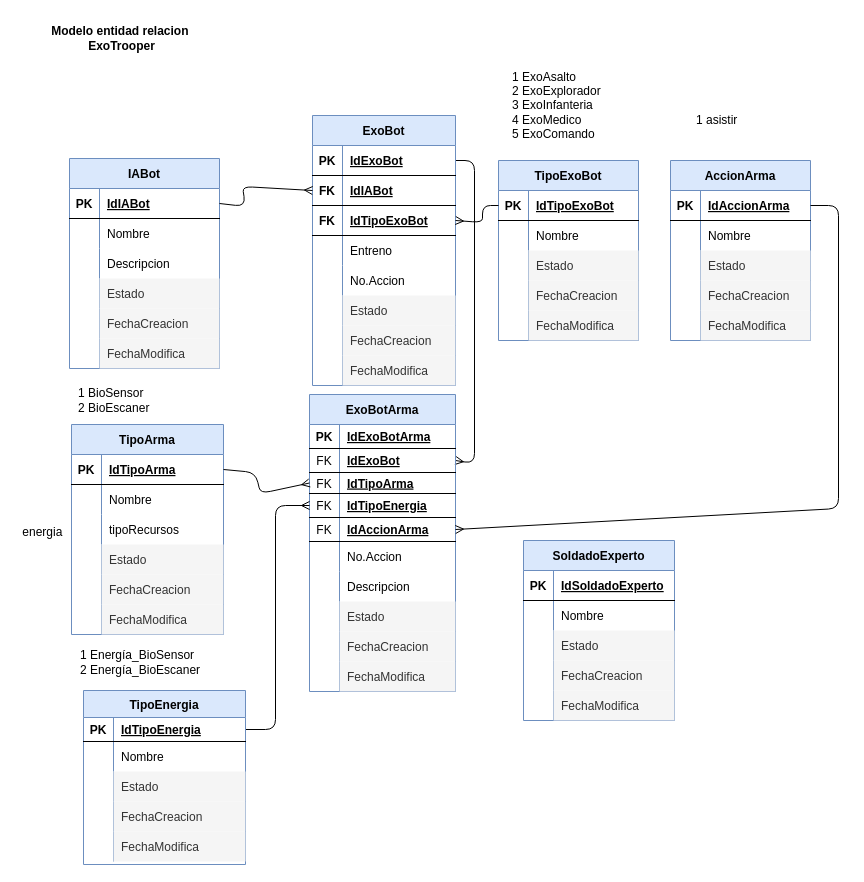
emilioalbansq/AlbanEmilioExF keeps this draw.io diagram as aeExoTrooper/Design/02aeDiagramaMER.drawio. Above is the earlier version. Source tidied: cells renumbered, new cells numbered last; positions are measured from the earlier drawing's top-left corner, leaving out a move shared by most shapes. Both pictures are drawn from the tidied source at 100%, with x=0, y=0 at pixel (17, 17).
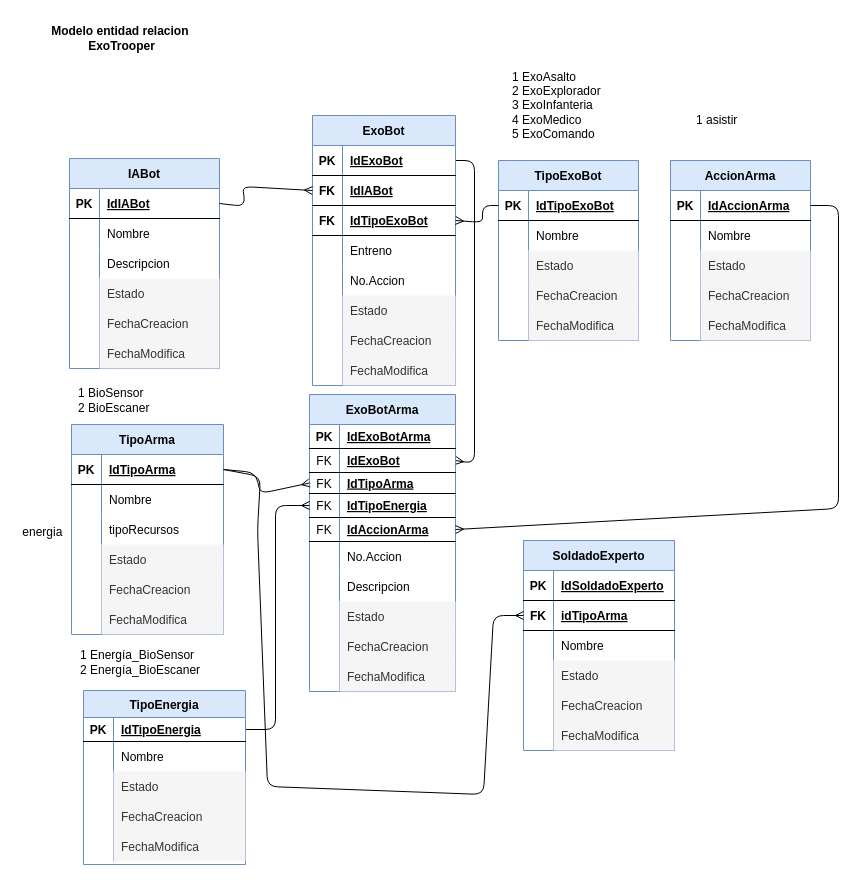
Above is the later version.

Unchanged cells that the change refers to:
```xml
<mxCell id="116" style="shape=tableRow;horizontal=0;startSize=0;swimlaneHead=0;swimlaneBody=0;fillColor=none;points=[[0,0.5],[1,0.5]];portConstraint=eastwest;top=0;left=0;right=0;bottom=1;" parent="115" vertex="1">
  <mxGeometry y="30" width="152" height="30" as="geometry" />
</mxCell>
```

What changed in the source:
```diff
@@
     <mxCell id="135" value="SoldadoExperto" style="shape=table;startSize=30;childLayout=tableLayout;rowLines=0;fontStyle=1;align=center;fillColor=#dae8fc;strokeColor=#6c8ebf;" parent="1" vertex="1">
-      <mxGeometry x="506" y="523" width="151" height="180" as="geometry" />
+      <mxGeometry x="506" y="523" width="151" height="210" as="geometry" />
     </mxCell>
@@
+    <mxCell id="172" style="shape=tableRow;horizontal=0;startSize=0;swimlaneHead=0;swimlaneBody=0;fillColor=none;points=[[0,0.5],[1,0.5]];portConstraint=eastwest;top=0;left=0;right=0;bottom=1;" parent="135" vertex="1">
+      <mxGeometry y="60" width="151" height="30" as="geometry" />
+    </mxCell>
+    <mxCell id="173" value="FK" style="shape=partialRectangle;fillColor=none;top=0;left=0;bottom=0;right=0;fontStyle=1;overflow=hidden;" parent="172" vertex="1">
+      <mxGeometry width="30" height="30" as="geometry" />
+    </mxCell>
+    <mxCell id="174" value="idTipoArma" style="shape=partialRectangle;fillColor=none;top=0;left=0;bottom=0;right=0;align=left;spacingLeft=6;fontStyle=5;overflow=hidden;" parent="172" vertex="1">
+      <mxGeometry x="30" width="121" height="30" as="geometry" />
+    </mxCell>
     <mxCell id="139" style="shape=tableRow;horizontal=0;startSize=0;swimlaneHead=0;swimlaneBody=0;fillColor=none;top=0;left=0;right=0;bottom=0;" parent="135" vertex="1">
-      <mxGeometry y="60" width="151" height="30" as="geometry" />
+      <mxGeometry y="90" width="151" height="30" as="geometry" />
     </mxCell>
@@
     <mxCell id="142" style="shape=tableRow;horizontal=0;startSize=0;swimlaneHead=0;swimlaneBody=0;fillColor=none;top=0;left=0;right=0;bottom=0;" parent="135" vertex="1">
-      <mxGeometry y="90" width="151" height="30" as="geometry" />
+      <mxGeometry y="120" width="151" height="30" as="geometry" />
     </mxCell>
@@
     <mxCell id="145" style="shape=tableRow;horizontal=0;startSize=0;swimlaneHead=0;swimlaneBody=0;fillColor=none;top=0;left=0;right=0;bottom=0;" parent="135" vertex="1">
-      <mxGeometry y="120" width="151" height="30" as="geometry" />
+      <mxGeometry y="150" width="151" height="30" as="geometry" />
     </mxCell>
@@
     <mxCell id="148" style="shape=tableRow;horizontal=0;startSize=0;swimlaneHead=0;swimlaneBody=0;fillColor=none;top=0;left=0;right=0;bottom=0;" parent="135" vertex="1">
-      <mxGeometry y="150" width="151" height="30" as="geometry" />
+      <mxGeometry y="180" width="151" height="30" as="geometry" />
     </mxCell>
@@
+    <mxCell id="175" style="html=1;endArrow=ERmany;endFill=0;exitX=1;exitY=0.5;exitDx=0;exitDy=0;entryX=0;entryY=0.5;entryDx=0;entryDy=0;" parent="1" edge="1" source="116" target="172">
+      <mxGeometry relative="1" as="geometry">
+        <Array as="points">
+          <mxPoint x="243" y="459" />
+          <mxPoint x="240" y="512" />
+          <mxPoint x="250" y="769" />
+          <mxPoint x="466" y="777" />
+          <mxPoint x="476" y="598" />
+        </Array>
+      </mxGeometry>
+    </mxCell>
```
